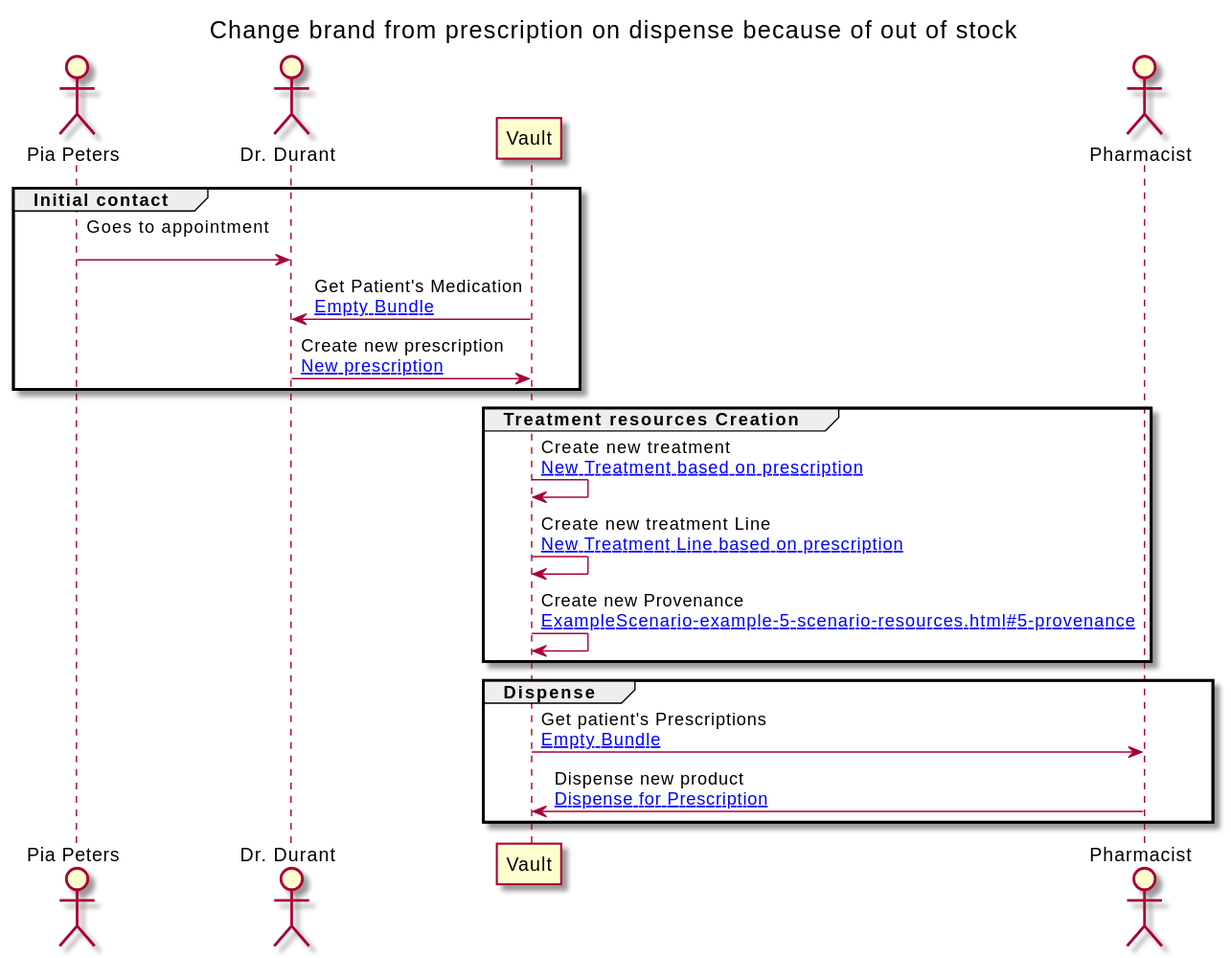
This is branches/master/ExampleScenario-example-5-scenario.svg from jcostateixeira/riziv-medication-record, a PlantUML export, as it was before one commit.
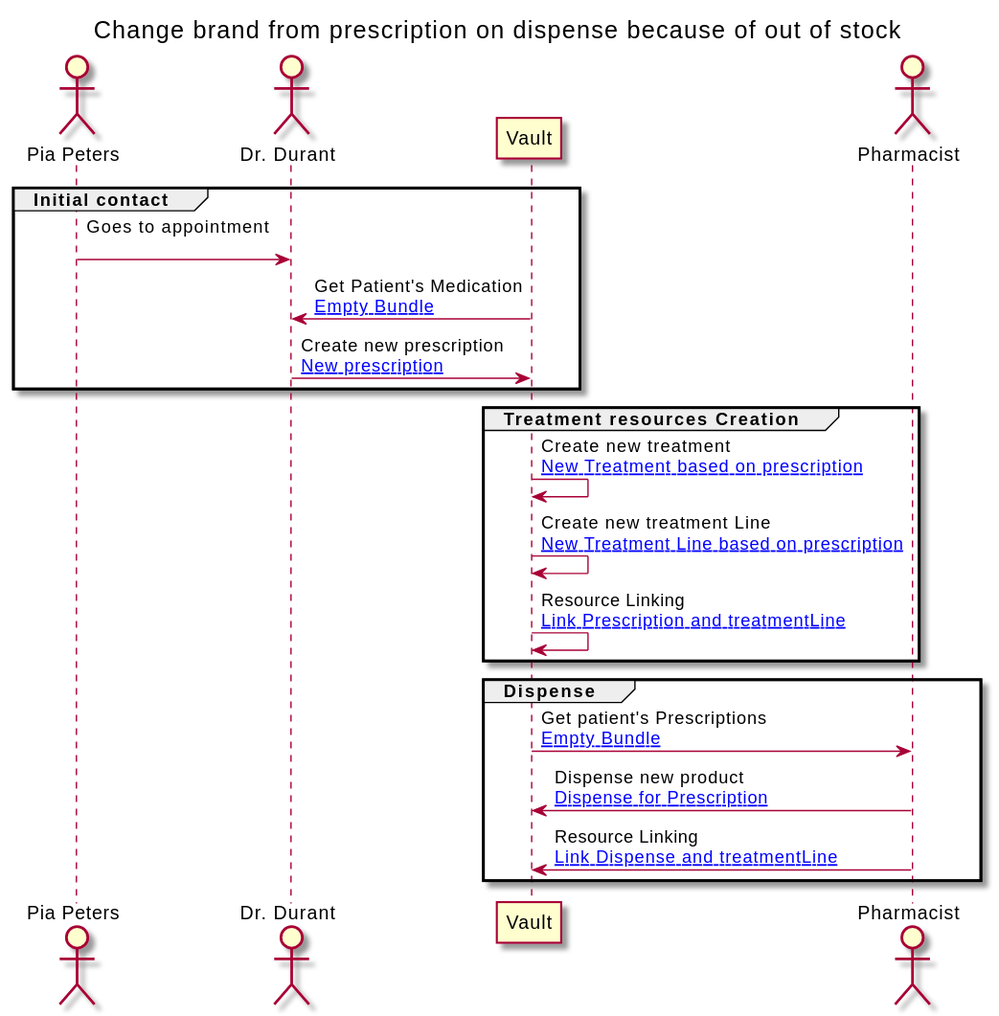
After the commit.

Change to the diagram source:
```diff
@@ -24,13 +24,14 @@
 
 VAULT -> VAULT : Create new treatment\n[[ExampleScenario-example-5-scenario-resources.html#5-treatment New Treatment based on prescription]]
 VAULT -> VAULT : Create new treatment Line\n[[ExampleScenario-example-5-scenario-resources.html#5-treatmentLine New Treatment Line based on prescription]]
-VAULT -> VAULT : Create new Provenance\n[[ExampleScenario-example-5-scenario-resources.html#5-provenance ]]
+VAULT -> VAULT : Resource Linking\n[[ExampleScenario-example-5-scenario-resources.html#5-provenance Link Prescription and treatmentLine]]
 end
 
 group Dispense
 
 VAULT -> PHARM : Get patient's Prescriptions\n[[ExampleScenario-example-5-scenario-resources.html#EB Empty Bundle]]
 PHARM -> VAULT : Dispense new product\n[[ExampleScenario-example-5-scenario-resources.html#5-dispense Dispense for Prescription]]
+PHARM -> VAULT : Resource Linking\n[[ExampleScenario-example-5-scenario-resources.html#5-2-provenance Link Dispense and treatmentLine]]
 end
 
 
```
